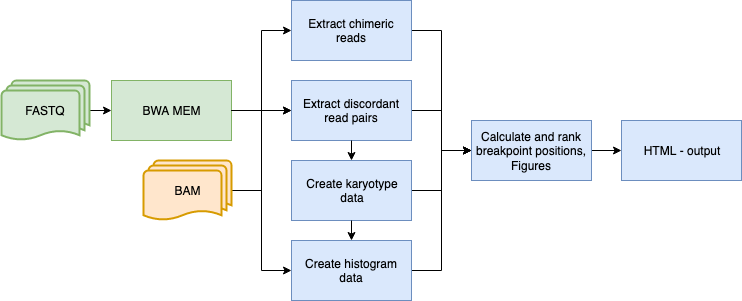
Before: Plots/TC_hunter_pipeline.png, a diagram exported from draw.io (vborjesson/TC_hunter). Source tidied: cells renumbered, new cells last; positions are measured from the earlier drawing's top-left corner, leaving out a move shared by most shapes. The source it was exported from:
```xml
<mxGraphModel>
  <root>
    <mxCell id="0" />
    <mxCell id="1" parent="0" />
    <mxCell id="2" value="BWA MEM" style="rounded=0;whiteSpace=wrap;html=1;fillColor=#d5e8d4;strokeColor=#82b366;" parent="1" vertex="1">
      <mxGeometry x="110" y="80" width="120" height="60" as="geometry" />
    </mxCell>
    <mxCell id="3" style="edgeStyle=orthogonalEdgeStyle;rounded=0;jettySize=auto;html=1;entryX=0;entryY=0.5;entryDx=0;entryDy=0;" parent="1" edge="1" source="4" target="8">
      <mxGeometry relative="1" as="geometry" />
    </mxCell>
    <mxCell id="4" value="Extract chimeric reads " style="rounded=0;whiteSpace=wrap;html=1;fillColor=#dae8fc;strokeColor=#6c8ebf;" parent="1" vertex="1">
      <mxGeometry x="290" width="120" height="60" as="geometry" />
    </mxCell>
    <mxCell id="5" style="edgeStyle=orthogonalEdgeStyle;rounded=0;jettySize=auto;html=1;entryX=0;entryY=0.5;entryDx=0;entryDy=0;" parent="1" edge="1" source="6" target="8">
      <mxGeometry relative="1" as="geometry" />
    </mxCell>
    <mxCell id="6" value="Create histogram data" style="rounded=0;whiteSpace=wrap;html=1;fillColor=#dae8fc;strokeColor=#6c8ebf;" parent="1" vertex="1">
      <mxGeometry x="290" y="240" width="120" height="60" as="geometry" />
    </mxCell>
    <mxCell id="7" style="edgeStyle=orthogonalEdgeStyle;rounded=0;jettySize=auto;html=1;" parent="1" edge="1" source="8" target="9">
      <mxGeometry relative="1" as="geometry" />
    </mxCell>
    <mxCell id="8" value="Calculate and rank breakpoint positions, Figures" style="rounded=0;whiteSpace=wrap;html=1;fillColor=#dae8fc;strokeColor=#6c8ebf;" parent="1" vertex="1">
      <mxGeometry x="470" y="120" width="120" height="60" as="geometry" />
    </mxCell>
    <mxCell id="9" value="HTML - output" style="rounded=0;whiteSpace=wrap;html=1;fillColor=#dae8fc;strokeColor=#6c8ebf;" parent="1" vertex="1">
      <mxGeometry x="620" y="120" width="120" height="60" as="geometry" />
    </mxCell>
    <mxCell id="10" style="edgeStyle=orthogonalEdgeStyle;rounded=0;jettySize=auto;html=1;entryX=0;entryY=0.5;entryDx=0;entryDy=0;" parent="1" edge="1" source="11" target="8">
      <mxGeometry relative="1" as="geometry" />
    </mxCell>
    <mxCell id="11" value="Extract discordant read pairs" style="rounded=0;whiteSpace=wrap;html=1;fillColor=#dae8fc;strokeColor=#6c8ebf;" parent="1" vertex="1">
      <mxGeometry x="290" y="80" width="120" height="60" as="geometry" />
    </mxCell>
    <mxCell id="12" style="edgeStyle=orthogonalEdgeStyle;rounded=0;jettySize=auto;html=1;entryX=0;entryY=0.5;entryDx=0;entryDy=0;" parent="1" edge="1" source="13" target="8">
      <mxGeometry relative="1" as="geometry" />
    </mxCell>
    <mxCell id="13" value="&lt;div&gt;Create karyotype&lt;/div&gt;&lt;div&gt;data&lt;/div&gt;" style="rounded=0;whiteSpace=wrap;html=1;fillColor=#dae8fc;strokeColor=#6c8ebf;" parent="1" vertex="1">
      <mxGeometry x="290" y="160" width="120" height="60" as="geometry" />
    </mxCell>
    <mxCell id="14" style="edgeStyle=orthogonalEdgeStyle;rounded=0;jettySize=auto;html=1;exitX=1;exitY=0.5;exitDx=0;exitDy=0;entryX=0;entryY=0.5;entryDx=0;entryDy=0;" parent="1" edge="1" source="2" target="6">
      <mxGeometry relative="1" as="geometry" />
    </mxCell>
    <mxCell id="15" style="endArrow=classic;html=1;entryX=0.5;entryY=0;entryDx=0;entryDy=0;exitX=0.5;exitY=1;exitDx=0;exitDy=0;" parent="1" edge="1" source="13" target="6">
      <mxGeometry relative="1" as="geometry" />
    </mxCell>
    <mxCell id="16" style="endArrow=classic;html=1;entryX=0.5;entryY=0;entryDx=0;entryDy=0;exitX=0.5;exitY=1;exitDx=0;exitDy=0;" parent="1" edge="1" source="11" target="13">
      <mxGeometry relative="1" as="geometry" />
    </mxCell>
    <mxCell id="17" style="edgeStyle=orthogonalEdgeStyle;rounded=0;jettySize=auto;html=1;exitX=1;exitY=0.5;exitDx=0;exitDy=0;" parent="1" edge="1" source="2" target="11">
      <mxGeometry relative="1" as="geometry" />
    </mxCell>
    <mxCell id="18" style="edgeStyle=orthogonalEdgeStyle;rounded=0;jettySize=auto;html=1;exitX=1;exitY=0.5;exitDx=0;exitDy=0;entryX=0;entryY=0.5;entryDx=0;entryDy=0;" parent="1" edge="1" source="2" target="4">
      <mxGeometry relative="1" as="geometry" />
    </mxCell>
    <mxCell id="19" style="edgeStyle=orthogonalEdgeStyle;rounded=0;jettySize=auto;html=1;" parent="1" edge="1" source="20" target="2">
      <mxGeometry relative="1" as="geometry" />
    </mxCell>
    <mxCell id="20" value="FASTQ" style="strokeWidth=2;html=1;shape=mxgraph.flowchart.multi-document;whiteSpace=wrap;fillColor=#d5e8d4;strokeColor=#82b366;" parent="1" vertex="1">
      <mxGeometry y="80" width="88" height="60" as="geometry" />
    </mxCell>
    <mxCell id="21" style="edgeStyle=orthogonalEdgeStyle;rounded=0;jettySize=auto;html=1;entryX=0;entryY=0.5;entryDx=0;entryDy=0;" parent="1" edge="1" source="22" target="11">
      <mxGeometry relative="1" as="geometry" />
    </mxCell>
    <mxCell id="22" value="BAM" style="strokeWidth=2;html=1;shape=mxgraph.flowchart.multi-document;whiteSpace=wrap;fillColor=#ffe6cc;strokeColor=#d79b00;" parent="1" vertex="1">
      <mxGeometry x="142" y="160" width="88" height="60" as="geometry" />
    </mxCell>
  </root>
</mxGraphModel>
```
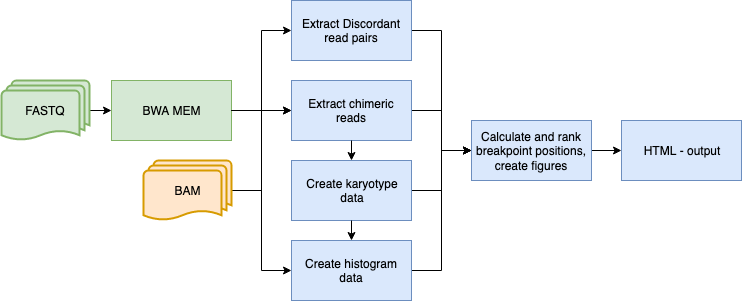
The same diagram one commit later.

Change to the diagram source:
```diff
@@ -8,7 +8,7 @@
     <mxCell id="3" style="edgeStyle=orthogonalEdgeStyle;rounded=0;jettySize=auto;html=1;entryX=0;entryY=0.5;entryDx=0;entryDy=0;" parent="1" edge="1" source="4" target="8">
       <mxGeometry relative="1" as="geometry" />
     </mxCell>
-    <mxCell id="4" value="Extract chimeric reads " style="rounded=0;whiteSpace=wrap;html=1;fillColor=#dae8fc;strokeColor=#6c8ebf;" parent="1" vertex="1">
+    <mxCell id="4" value="Extract Discordant read pairs" style="rounded=0;whiteSpace=wrap;html=1;fillColor=#dae8fc;strokeColor=#6c8ebf;" parent="1" vertex="1">
       <mxGeometry x="290" width="120" height="60" as="geometry" />
     </mxCell>
     <mxCell id="5" style="edgeStyle=orthogonalEdgeStyle;rounded=0;jettySize=auto;html=1;entryX=0;entryY=0.5;entryDx=0;entryDy=0;" parent="1" edge="1" source="6" target="8">
@@ -20,7 +20,7 @@
     <mxCell id="7" style="edgeStyle=orthogonalEdgeStyle;rounded=0;jettySize=auto;html=1;" parent="1" edge="1" source="8" target="9">
       <mxGeometry relative="1" as="geometry" />
     </mxCell>
-    <mxCell id="8" value="Calculate and rank breakpoint positions, Figures" style="rounded=0;whiteSpace=wrap;html=1;fillColor=#dae8fc;strokeColor=#6c8ebf;" parent="1" vertex="1">
+    <mxCell id="8" value="Calculate and rank breakpoint positions, create figures" style="rounded=0;whiteSpace=wrap;html=1;fillColor=#dae8fc;strokeColor=#6c8ebf;" parent="1" vertex="1">
       <mxGeometry x="470" y="120" width="120" height="60" as="geometry" />
     </mxCell>
     <mxCell id="9" value="HTML - output" style="rounded=0;whiteSpace=wrap;html=1;fillColor=#dae8fc;strokeColor=#6c8ebf;" parent="1" vertex="1">
@@ -29,7 +29,7 @@
     <mxCell id="10" style="edgeStyle=orthogonalEdgeStyle;rounded=0;jettySize=auto;html=1;entryX=0;entryY=0.5;entryDx=0;entryDy=0;" parent="1" edge="1" source="11" target="8">
       <mxGeometry relative="1" as="geometry" />
     </mxCell>
-    <mxCell id="11" value="Extract discordant read pairs" style="rounded=0;whiteSpace=wrap;html=1;fillColor=#dae8fc;strokeColor=#6c8ebf;" parent="1" vertex="1">
+    <mxCell id="11" value="Extract chimeric reads " style="rounded=0;whiteSpace=wrap;html=1;fillColor=#dae8fc;strokeColor=#6c8ebf;" parent="1" vertex="1">
       <mxGeometry x="290" y="80" width="120" height="60" as="geometry" />
     </mxCell>
     <mxCell id="12" style="edgeStyle=orthogonalEdgeStyle;rounded=0;jettySize=auto;html=1;entryX=0;entryY=0.5;entryDx=0;entryDy=0;" parent="1" edge="1" source="13" target="8">
```
